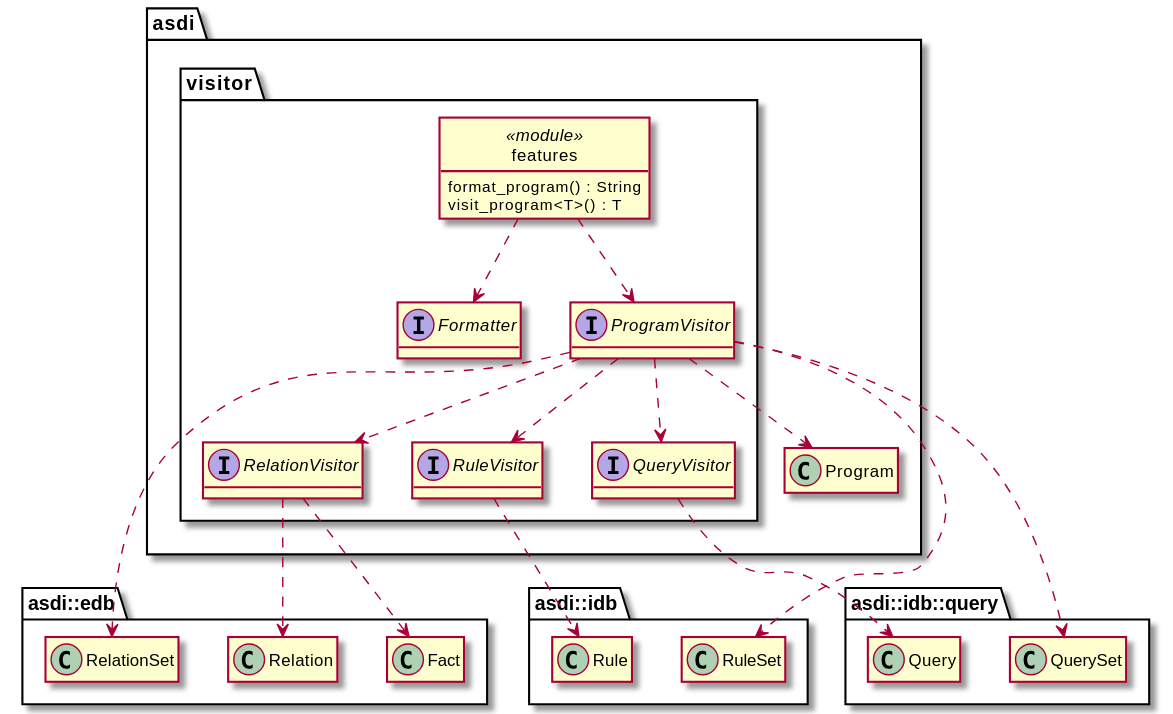
Above: model/visitor.svg in johnstonskj/rust-asdi (PlantUML), before the change. The source it was exported from:
```plantuml
@startuml

!include options.plantuml

class asdi::Program
hide "asdi::Program" members

class asdi::edb::RelationSet
hide "asdi::edb::RelationSet" members

class asdi::edb::Relation
hide "asdi::edb::Relation" members

class asdi::edb::Fact
hide "asdi::edb::Fact" members

class asdi::idb::RuleSet
hide "asdi::idb::RuleSet" members

class asdi::idb::Rule
hide "asdi::idb::Rule" members

class asdi::idb::query::QuerySet
hide "asdi::idb::query::QuerySet" members

class asdi::idb::query::Query
hide "asdi::idb::query::Query" members

namespace asdi::visitor {

    interface Formatter

    interface ProgramVisitor
    interface RelationVisitor
    interface RuleVisitor
    interface QueryVisitor

    ProgramVisitor ..> RelationVisitor
    ProgramVisitor ..> RuleVisitor
    ProgramVisitor ..> QueryVisitor
    ProgramVisitor ..> asdi::Program
    ProgramVisitor ..> asdi::edb::RelationSet
    ProgramVisitor ..> asdi::idb::RuleSet
    ProgramVisitor ..> asdi::idb::query::QuerySet

    RelationVisitor ..> asdi::edb::Relation
    RelationVisitor ..> asdi::edb::Fact

    RuleVisitor ..> asdi::idb::Rule

    QueryVisitor ..> asdi::idb::query::Query

    class features << module >> {
        format_program() : String
        visit_program<T>() : T
    }

    features ..> ProgramVisitor
    features ..> Formatter
}

@enduml
```
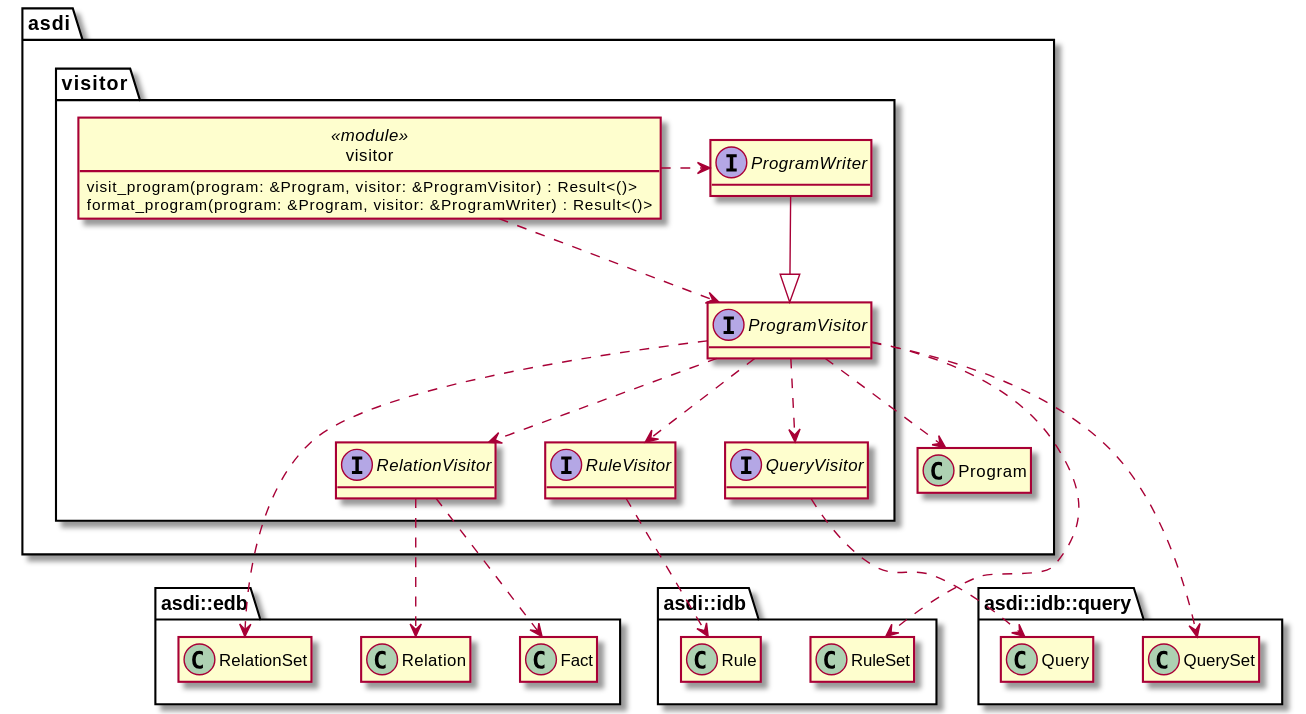
The same file after the commit.

The edit, as a diff of the source:
```diff
@@ -28,9 +28,8 @@
 
 namespace asdi::visitor {
 
-    interface Formatter
-
     interface ProgramVisitor
+    interface ProgramWriter
     interface RelationVisitor
     interface RuleVisitor
     interface QueryVisitor
@@ -43,6 +42,8 @@
     ProgramVisitor ..> asdi::idb::RuleSet
     ProgramVisitor ..> asdi::idb::query::QuerySet
 
+    ProgramWriter --|> ProgramVisitor
+
     RelationVisitor ..> asdi::edb::Relation
     RelationVisitor ..> asdi::edb::Fact
 
@@ -50,13 +51,14 @@
 
     QueryVisitor ..> asdi::idb::query::Query
 
-    class features << module >> {
-        format_program() : String
-        visit_program<T>() : T
+
+    class visitor << module >> {
+        visit_program(program: &Program, visitor: &ProgramVisitor) : Result<()>
+        format_program(program: &Program, visitor: &ProgramWriter) : Result<()>
     }
 
-    features ..> ProgramVisitor
-    features ..> Formatter
+    visitor .right.> ProgramVisitor
+    visitor .right.> ProgramWriter
 }
 
 @enduml
```
